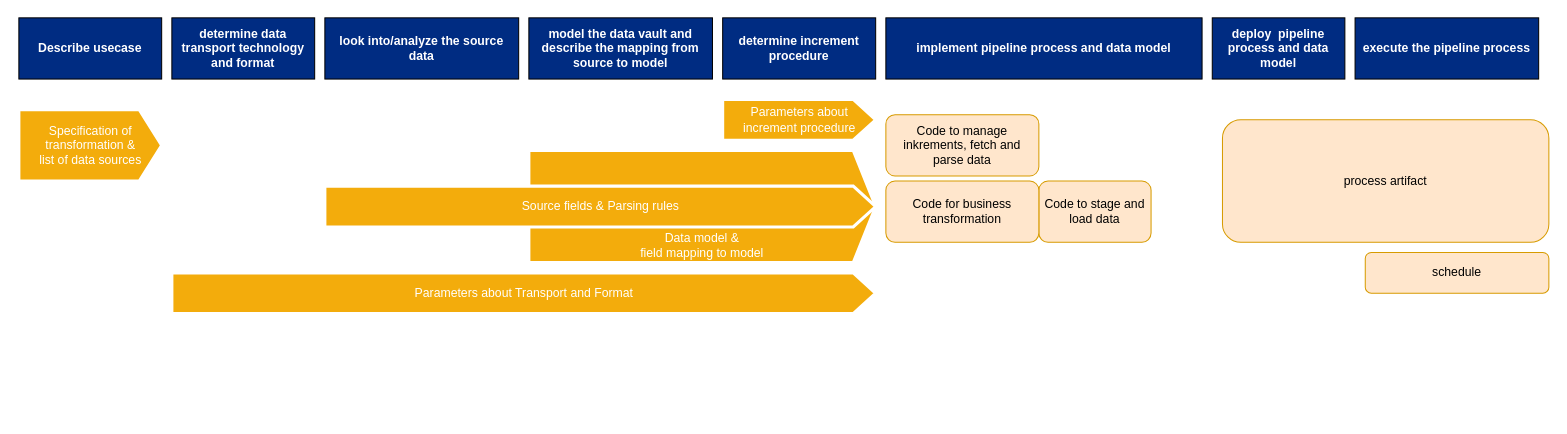
The draw.io diagram documentation/images/pipeline_development_process.drawio in cimt-ag/data_vault_pipelinedescription, before the edit. Source tidied: cells renumbered, new cells numbered last; positions are measured from the earlier drawing's top-left corner, leaving out a move shared by most shapes. Both pictures are drawn from the tidied source at 102%, with x=0, y=0 at pixel (18, 17).
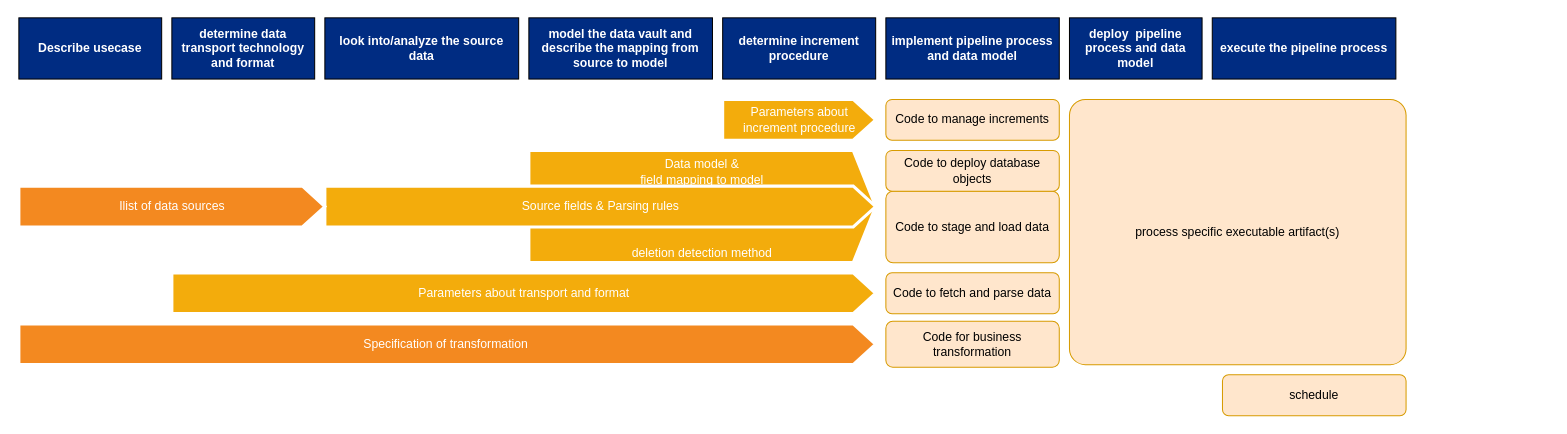
The same page after the edit.

What changed in the source:
```diff
@@
     <mxCell id="5" value="implement pipeline process and data model" style="rounded=0;whiteSpace=wrap;html=1;fillColor=#002C82;fontColor=#FFFFFF;fontStyle=1;" parent="1" vertex="1">
-      <mxGeometry x="850" width="310" height="60" as="geometry" />
+      <mxGeometry x="850" width="170" height="60" as="geometry" />
     </mxCell>
     <mxCell id="6" value="execute the pipeline process" style="rounded=0;whiteSpace=wrap;html=1;fillColor=#002C82;fontColor=#FFFFFF;fontStyle=1;" parent="1" vertex="1">
-      <mxGeometry x="1310" width="180" height="60" as="geometry" />
+      <mxGeometry x="1170" width="180" height="60" as="geometry" />
     </mxCell>
     <mxCell id="7" value="deploy&amp;nbsp; pipeline process and data model" style="rounded=0;whiteSpace=wrap;html=1;fillColor=#002C82;fontColor=#FFFFFF;fontStyle=1;" parent="1" vertex="1">
-      <mxGeometry x="1170" width="130" height="60" as="geometry" />
+      <mxGeometry x="1030" width="130" height="60" as="geometry" />
     </mxCell>
-    <mxCell id="8" value="Specification of &lt;br&gt;transformation &amp;amp;&lt;br&gt;list of data sources" style="html=1;shadow=0;dashed=0;align=center;verticalAlign=middle;shape=mxgraph.arrows2.arrow;dy=0;dx=22;notch=0;strokeWidth=3;fillColor=#F3AC0C;strokeColor=#FFFFFF;fontColor=#FFFFFF;" parent="1" vertex="1">
-      <mxGeometry y="90" width="140" height="70" as="geometry" />
+    <mxCell id="8" value="Specification of&amp;nbsp;transformation&amp;nbsp;" style="html=1;shadow=0;dashed=0;align=center;verticalAlign=middle;shape=mxgraph.arrows2.arrow;dy=0;dx=22;notch=0;strokeWidth=3;fillColor=#F38920;strokeColor=#FFFFFF;fontColor=#FFFFFF;" parent="1" vertex="1">
+      <mxGeometry y="300" width="840" height="40" as="geometry" />
     </mxCell>
-    <mxCell id="9" value="Data model &amp;amp; &lt;br&gt;field mapping to model" style="shadow=0;dashed=0;align=center;verticalAlign=bottom;shape=mxgraph.arrows2.arrow;dy=0;dx=22;notch=0;strokeWidth=3;fillColor=#F3AC0C;strokeColor=#FFFFFF;fontColor=#FFFFFF;whiteSpace=wrap;html=1;" parent="1" vertex="1">
+    <mxCell id="9" value="Data model &amp;amp; &lt;br&gt;field mapping to model&lt;br&gt;&lt;br&gt;&lt;br&gt;&lt;br&gt;&lt;br&gt;deletion detection method" style="shadow=0;dashed=0;align=center;verticalAlign=bottom;shape=mxgraph.arrows2.arrow;dy=0;dx=22;notch=0;strokeWidth=3;fillColor=#F3AC0C;strokeColor=#FFFFFF;fontColor=#FFFFFF;whiteSpace=wrap;html=1;" parent="1" vertex="1">
       <mxGeometry x="500" y="130" width="340" height="110" as="geometry" />
     </mxCell>
@@
-    <mxCell id="12" value="Code to manage inkrements, fetch and parse data" style="rounded=1;whiteSpace=wrap;html=1;fillColor=#ffe6cc;strokeColor=#d79b00;" parent="1" vertex="1">
-      <mxGeometry x="850" y="95" width="150" height="60" as="geometry" />
+    <mxCell id="12" value="Code to manage increments" style="rounded=1;whiteSpace=wrap;html=1;fillColor=#ffe6cc;strokeColor=#d79b00;" parent="1" vertex="1">
+      <mxGeometry x="850" y="80" width="170" height="40" as="geometry" />
     </mxCell>
@@
-    <mxCell id="14" value="Code to stage and load data" style="rounded=1;whiteSpace=wrap;html=1;fillColor=#ffe6cc;strokeColor=#d79b00;" parent="1" vertex="1">
-      <mxGeometry x="1000" y="160" width="110" height="60" as="geometry" />
+    <mxCell id="14" value="Code to stage and load data" style="rounded=1;whiteSpace=wrap;html=1;fillColor=#ffe6cc;strokeColor=#d79b00;arcSize=10;" parent="1" vertex="1">
+      <mxGeometry x="850" y="170" width="170" height="70" as="geometry" />
     </mxCell>
-    <mxCell id="15" value="Parameters about Transport and Format" style="html=1;shadow=0;dashed=0;align=center;verticalAlign=middle;shape=mxgraph.arrows2.arrow;dy=0;dx=22;notch=0;strokeWidth=3;fillColor=#F3AC0C;strokeColor=#FFFFFF;fontColor=#FFFFFF;" parent="1" vertex="1">
+    <mxCell id="15" value="Parameters about transport and format" style="html=1;shadow=0;dashed=0;align=center;verticalAlign=middle;shape=mxgraph.arrows2.arrow;dy=0;dx=22;notch=0;strokeWidth=3;fillColor=#F3AC0C;strokeColor=#FFFFFF;fontColor=#FFFFFF;" parent="1" vertex="1">
       <mxGeometry x="150" y="250" width="690" height="40" as="geometry" />
     </mxCell>
     <mxCell id="16" value="Code for business transformation" style="rounded=1;whiteSpace=wrap;html=1;fillColor=#ffe6cc;strokeColor=#d79b00;" parent="1" vertex="1">
-      <mxGeometry x="850" y="160" width="150" height="60" as="geometry" />
+      <mxGeometry x="850" y="297.5" width="170" height="45" as="geometry" />
     </mxCell>
@@
-    <mxCell id="18" value="process artifact" style="rounded=1;whiteSpace=wrap;html=1;fillColor=#ffe6cc;strokeColor=#d79b00;" parent="1" vertex="1">
-      <mxGeometry x="1180" y="100" width="320" height="120" as="geometry" />
+    <mxCell id="18" value="process specific executable artifact(s)" style="rounded=1;whiteSpace=wrap;html=1;fillColor=#ffe6cc;strokeColor=#d79b00;arcSize=6;" parent="1" vertex="1">
+      <mxGeometry x="1030" y="80" width="330" height="260" as="geometry" />
     </mxCell>
     <mxCell id="19" value="schedule" style="rounded=1;whiteSpace=wrap;html=1;fillColor=#ffe6cc;strokeColor=#d79b00;" parent="1" vertex="1">
-      <mxGeometry x="1320" y="230" width="180" height="40" as="geometry" />
+      <mxGeometry x="1180" y="350" width="180" height="40" as="geometry" />
     </mxCell>
+    <mxCell id="20" value="Code to deploy database objects" style="rounded=1;whiteSpace=wrap;html=1;fillColor=#ffe6cc;strokeColor=#d79b00;" parent="1" vertex="1">
+      <mxGeometry x="850" y="130" width="170" height="40" as="geometry" />
+    </mxCell>
+    <mxCell id="21" value="Ilist of data sources" style="html=1;shadow=0;dashed=0;align=center;verticalAlign=middle;shape=mxgraph.arrows2.arrow;dy=0;dx=22;notch=0;strokeWidth=3;fillColor=#F38920;strokeColor=#FFFFFF;fontColor=#FFFFFF;" parent="1" vertex="1">
+      <mxGeometry y="165" width="300" height="40" as="geometry" />
+    </mxCell>
+    <mxCell id="22" value="Code to fetch and parse data" style="rounded=1;whiteSpace=wrap;html=1;fillColor=#ffe6cc;strokeColor=#d79b00;" parent="1" vertex="1">
+      <mxGeometry x="850" y="250" width="170" height="40" as="geometry" />
+    </mxCell>
```
